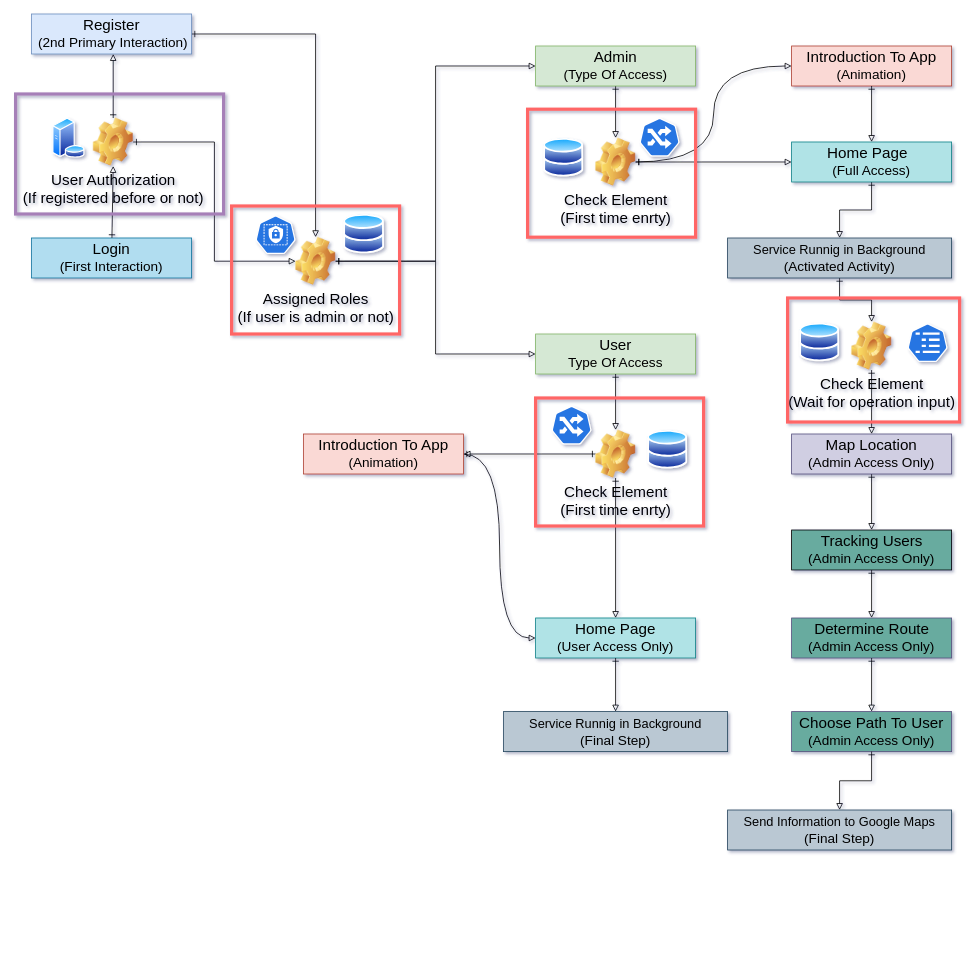
George2G/Diagram_Diploma keeps this draw.io diagram as Untitled Diagram.drawio. Above is the earlier version. Source tidied: cells renumbered, new cells numbered last; positions are measured from the earlier drawing's top-left corner, leaving out a move shared by most shapes. Both pictures are drawn from the tidied source at 80%, with x=0, y=0 at pixel (15, 14).
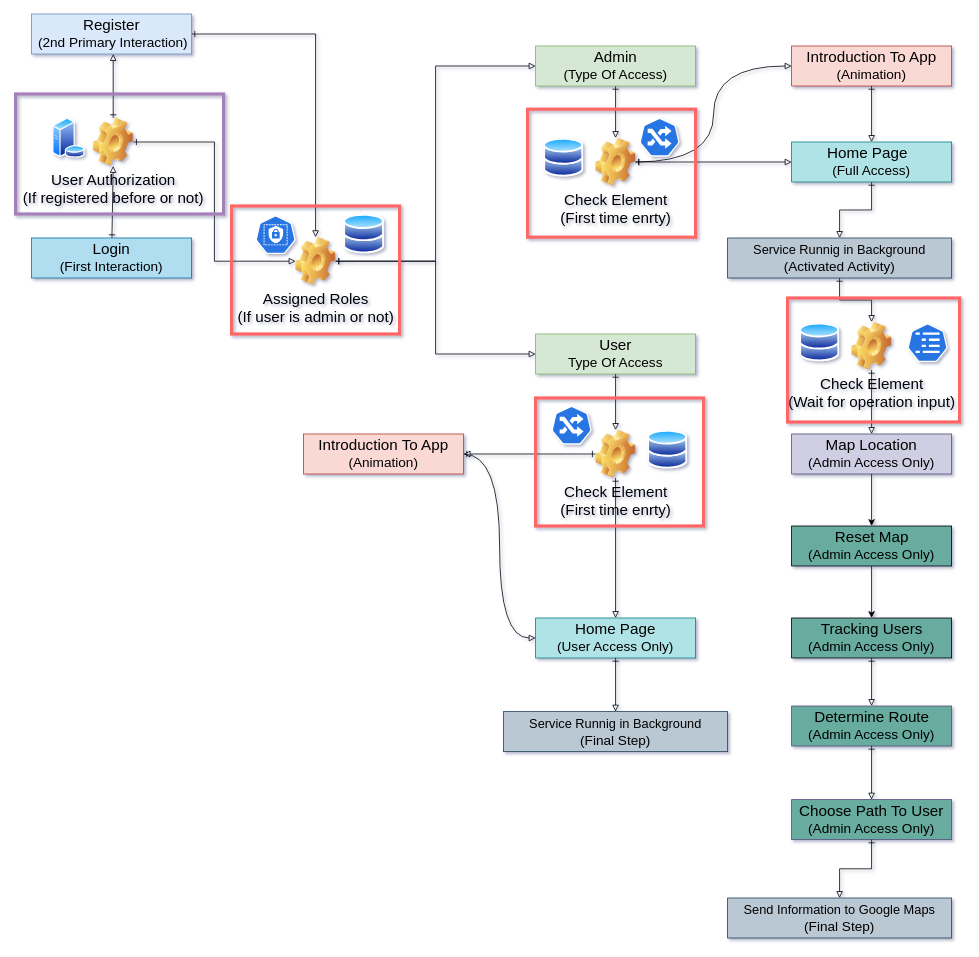
After the change.

Unchanged cells that the change refers to:
```xml
<mxCell id="33" style="rounded=0;whiteSpace=wrap;html=1;fillColor=#d0cee2;strokeColor=#56517e;" parent="1" vertex="1">
  <mxGeometry x="970" y="525" width="200" height="50" as="geometry" />
</mxCell>
<mxCell id="35" value="&lt;font style=&quot;font-size: 17px&quot;&gt;(Admin Access Only)&lt;/font&gt;" style="text;html=1;strokeColor=none;fillColor=none;align=center;verticalAlign=middle;whiteSpace=wrap;rounded=0;fontSize=20;" parent="1" vertex="1">
  <mxGeometry x="985" y="545" width="170" height="30" as="geometry" />
</mxCell>
```

Change to the diagram source:
```diff
@@
-    <mxCell id="32" style="edgeStyle=none;rounded=0;jettySize=auto;html=1;fontSize=16;startArrow=ERone;startFill=0;endArrow=block;endFill=0;" parent="1" edge="1" source="33" target="41">
-      <mxGeometry relative="1" as="geometry" />
-    </mxCell>
@@
+    <mxCell id="88" style="rounded=0;jettySize=auto;html=1;" parent="1" edge="1" source="35" target="89">
+      <mxGeometry relative="1" as="geometry" />
+    </mxCell>
@@
     <mxCell id="41" style="rounded=0;whiteSpace=wrap;html=1;fillColor=#67AB9F;strokeColor=#000000;gradientColor=none;" parent="1" vertex="1">
-      <mxGeometry x="970" y="645" width="200" height="50" as="geometry" />
+      <mxGeometry x="970" y="755" width="200" height="50" as="geometry" />
     </mxCell>
     <mxCell id="42" value="&lt;span style=&quot;font-size: 19px&quot;&gt;Tracking Users&lt;/span&gt;" style="text;html=1;strokeColor=none;fillColor=none;align=center;verticalAlign=middle;whiteSpace=wrap;rounded=0;" parent="1" vertex="1">
-      <mxGeometry x="997.5" y="645" width="145" height="30" as="geometry" />
+      <mxGeometry x="997.5" y="755" width="145" height="30" as="geometry" />
     </mxCell>
@@
     <mxCell id="44" value="&lt;font style=&quot;font-size: 17px&quot;&gt;(Admin Access Only)&lt;/font&gt;" style="text;html=1;strokeColor=none;fillColor=none;align=center;verticalAlign=middle;whiteSpace=wrap;rounded=0;fontSize=20;" parent="1" vertex="1">
-      <mxGeometry x="985" y="665" width="170" height="30" as="geometry" />
+      <mxGeometry x="985" y="775" width="170" height="30" as="geometry" />
     </mxCell>
     <mxCell id="45" style="rounded=0;whiteSpace=wrap;html=1;fillColor=#67AB9F;strokeColor=#56517e;" parent="1" vertex="1">
-      <mxGeometry x="970" y="755" width="200" height="50" as="geometry" />
+      <mxGeometry x="970" y="865" width="200" height="50" as="geometry" />
     </mxCell>
     <mxCell id="46" value="&lt;span style=&quot;font-size: 19px&quot;&gt;Determine Route&lt;/span&gt;" style="text;html=1;strokeColor=none;fillColor=none;align=center;verticalAlign=middle;whiteSpace=wrap;rounded=0;" parent="1" vertex="1">
-      <mxGeometry x="993.8" y="755" width="152.5" height="30" as="geometry" />
+      <mxGeometry x="993.8" y="865" width="152.5" height="30" as="geometry" />
     </mxCell>
@@
     <mxCell id="48" value="&lt;font style=&quot;font-size: 17px&quot;&gt;(Admin Access Only)&lt;/font&gt;" style="text;html=1;strokeColor=none;fillColor=none;align=center;verticalAlign=middle;whiteSpace=wrap;rounded=0;fontSize=20;" parent="1" vertex="1">
-      <mxGeometry x="985" y="775" width="170" height="30" as="geometry" />
+      <mxGeometry x="985" y="885" width="170" height="30" as="geometry" />
     </mxCell>
     <mxCell id="49" style="rounded=0;whiteSpace=wrap;html=1;fillColor=#67AB9F;strokeColor=#56517e;" parent="1" vertex="1">
-      <mxGeometry x="970" y="872" width="200" height="50" as="geometry" />
+      <mxGeometry x="970" y="982" width="200" height="50" as="geometry" />
     </mxCell>
     <mxCell id="50" value="&lt;span style=&quot;font-size: 19px&quot;&gt;Choose Path To User&lt;/span&gt;" style="text;html=1;strokeColor=none;fillColor=none;align=center;verticalAlign=middle;whiteSpace=wrap;rounded=0;" parent="1" vertex="1">
-      <mxGeometry x="975" y="872" width="190" height="30" as="geometry" />
+      <mxGeometry x="975" y="982" width="190" height="30" as="geometry" />
     </mxCell>
@@
     <mxCell id="52" value="&lt;font style=&quot;font-size: 17px&quot;&gt;(Admin Access Only)&lt;/font&gt;" style="text;html=1;strokeColor=none;fillColor=none;align=center;verticalAlign=middle;whiteSpace=wrap;rounded=0;fontSize=20;" parent="1" vertex="1">
-      <mxGeometry x="985" y="892" width="170" height="30" as="geometry" />
+      <mxGeometry x="985" y="1002" width="170" height="30" as="geometry" />
     </mxCell>
     <mxCell id="53" style="rounded=0;whiteSpace=wrap;html=1;fillColor=#bac8d3;strokeColor=#23445d;" parent="1" vertex="1">
-      <mxGeometry x="890" y="995" width="280" height="50" as="geometry" />
+      <mxGeometry x="890" y="1105" width="280" height="50" as="geometry" />
     </mxCell>
     <mxCell id="54" value="&lt;font style=&quot;font-size: 16px&quot;&gt;Send Information to Google Maps&lt;/font&gt;" style="text;html=1;strokeColor=none;fillColor=none;align=center;verticalAlign=middle;whiteSpace=wrap;rounded=0;" parent="1" vertex="1">
-      <mxGeometry x="900" y="995" width="260" height="30" as="geometry" />
+      <mxGeometry x="900" y="1105" width="260" height="30" as="geometry" />
     </mxCell>
     <mxCell id="55" value="&lt;font style=&quot;font-size: 17px&quot;&gt;(Final Step)&lt;/font&gt;" style="text;html=1;strokeColor=none;fillColor=none;align=center;verticalAlign=middle;whiteSpace=wrap;rounded=0;fontSize=20;" parent="1" vertex="1">
-      <mxGeometry x="950" y="1015" width="160" height="30" as="geometry" />
+      <mxGeometry x="950" y="1125" width="160" height="30" as="geometry" />
     </mxCell>
@@
+    <mxCell id="89" style="rounded=0;whiteSpace=wrap;html=1;fillColor=#67AB9F;strokeColor=#000000;gradientColor=none;" parent="1" vertex="1">
+      <mxGeometry x="970" y="640" width="200" height="50" as="geometry" />
+    </mxCell>
+    <mxCell id="90" value="&lt;span style=&quot;font-size: 19px&quot;&gt;Reset Map&lt;/span&gt;" style="text;html=1;strokeColor=none;fillColor=none;align=center;verticalAlign=middle;whiteSpace=wrap;rounded=0;" parent="1" vertex="1">
+      <mxGeometry x="997.5" y="640" width="145" height="30" as="geometry" />
+    </mxCell>
+    <mxCell id="91" style="edgeStyle=none;rounded=0;jettySize=auto;html=1;" parent="1" edge="1" source="92" target="41">
+      <mxGeometry relative="1" as="geometry" />
+    </mxCell>
+    <mxCell id="92" value="&lt;font style=&quot;font-size: 17px&quot;&gt;(Admin Access Only)&lt;/font&gt;" style="text;html=1;strokeColor=none;fillColor=none;align=center;verticalAlign=middle;whiteSpace=wrap;rounded=0;fontSize=20;" parent="1" vertex="1">
+      <mxGeometry x="985" y="660" width="170" height="30" as="geometry" />
+    </mxCell>
```
